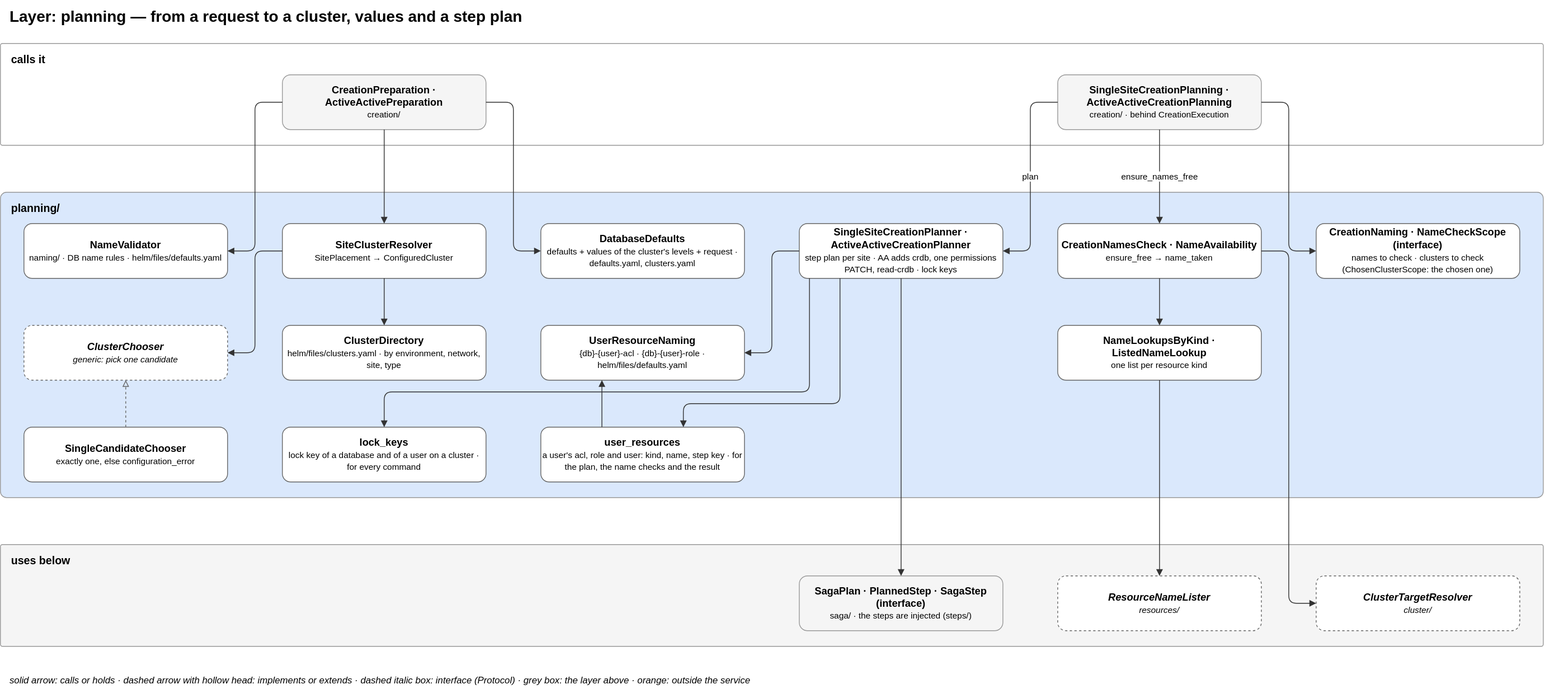
The draw.io diagram docs/diagrams/05-layer-planning.drawio.svg in EliShteinman/redis-enterprise-services, before a commit. Source tidied: cells renumbered, new cells last; positions are measured from the earlier drawing's top-left corner, leaving out a move shared by most shapes.
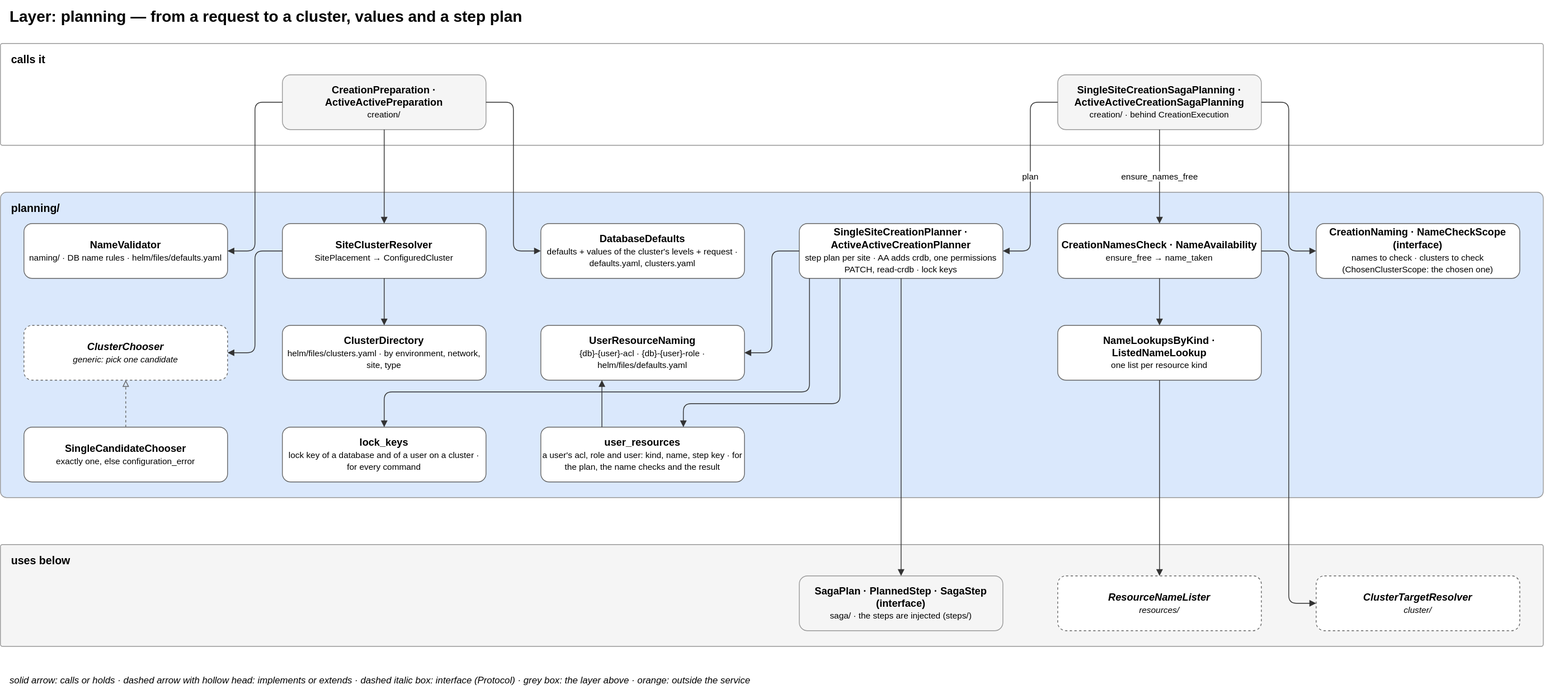
After the commit.

Commit message:
docs: name the saga planning of a prepared creation CreationSagaPlanning

Diff of the diagram source:
```diff
@@ -11,7 +11,7 @@
     <mxCell id="4" value="&lt;b&gt;CreationPreparation · ActiveActivePreparation&lt;/b&gt;&lt;br&gt;&lt;font style='font-size:11px'&gt;creation/&lt;/font&gt;" style="rounded=1;whiteSpace=wrap;html=1;fillColor=#f5f5f5;strokeColor=#999999;fontSize=13;" parent="1" vertex="1">
       <mxGeometry x="360" y="95" width="260" height="70" as="geometry" />
     </mxCell>
-    <mxCell id="5" value="&lt;b&gt;SingleSiteCreationPlanning · ActiveActiveCreationPlanning&lt;/b&gt;&lt;br&gt;&lt;font style='font-size:11px'&gt;creation/ · behind CreationExecution&lt;/font&gt;" style="rounded=1;whiteSpace=wrap;html=1;fillColor=#f5f5f5;strokeColor=#999999;fontSize=13;" parent="1" vertex="1">
+    <mxCell id="5" value="&lt;b&gt;SingleSiteCreationSagaPlanning · ActiveActiveCreationSagaPlanning&lt;/b&gt;&lt;br&gt;&lt;font style='font-size:11px'&gt;creation/ · behind CreationExecution&lt;/font&gt;" style="rounded=1;whiteSpace=wrap;html=1;fillColor=#f5f5f5;strokeColor=#999999;fontSize=13;" parent="1" vertex="1">
       <mxGeometry x="1350" y="95" width="260" height="70" as="geometry" />
     </mxCell>
     <mxCell id="6" value="&lt;b&gt;planning/&lt;/b&gt;" style="rounded=1;arcSize=2;fillColor=#dae8fc;strokeColor=#999999;verticalAlign=top;align=left;spacingLeft=12;spacingTop=6;html=1;fontSize=14;" parent="1" vertex="1">
```
